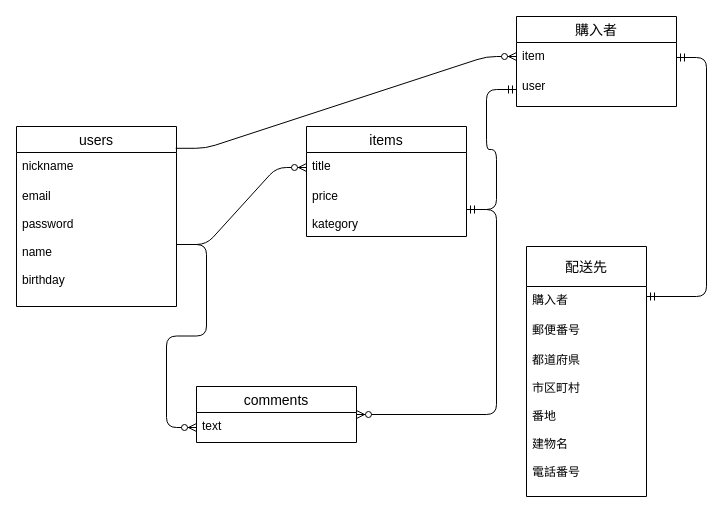
YUYA1995/furima-35146 keeps this draw.io diagram as furima.dio. Above is the earlier version. Source tidied: cells renumbered, new cells numbered last; positions are measured from the earlier drawing's top-left corner, leaving out a move shared by most shapes. Both pictures are drawn from the tidied source at 100%, with x=0, y=0 at pixel (16, 16).
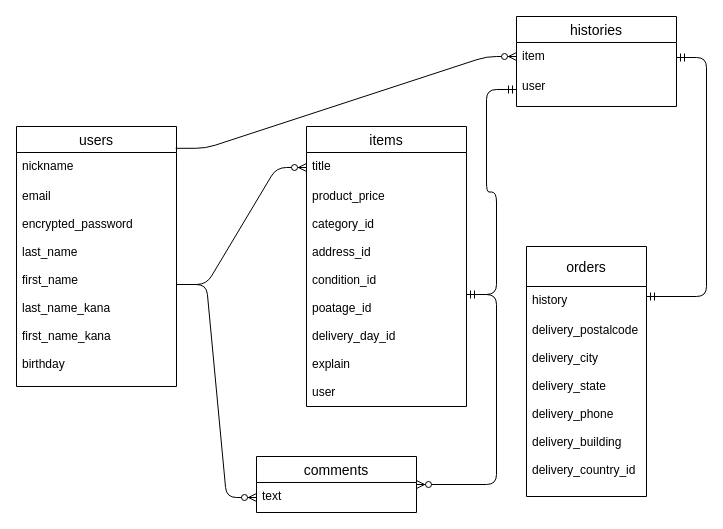
The same diagram, later.

Commit message (it also covers changes not shown here):
８回目のデータベース修正

Change to the diagram source:
```diff
@@
     <mxCell id="2" value="users" style="swimlane;fontStyle=0;horizontal=1;startSize=26;align=center;fontSize=14;" parent="1" vertex="1">
-      <mxGeometry y="110" width="160" height="180" as="geometry" />
+      <mxGeometry y="110" width="160" height="260" as="geometry" />
     </mxCell>
@@
-    <mxCell id="4" value="email&#10;&#10;password&#10;&#10;name&#10;&#10;birthday&#10;&#10;" style="text;strokeColor=none;fillColor=none;spacingLeft=4;spacingRight=4;overflow=hidden;points=[[0,0.5],[1,0.5]];portConstraint=eastwest;fontSize=12;" parent="2" vertex="1">
-      <mxGeometry y="56" width="160" height="124" as="geometry" />
+    <mxCell id="4" value="email&#10;&#10;encrypted_password&#10;&#10;last_name&#10;&#10;first_name&#10;&#10;last_name_kana&#10;&#10;first_name_kana&#10;&#10;birthday&#10;&#10;" style="text;strokeColor=none;fillColor=none;spacingLeft=4;spacingRight=4;overflow=hidden;points=[[0,0.5],[1,0.5]];portConstraint=eastwest;fontSize=12;" parent="2" vertex="1">
+      <mxGeometry y="56" width="160" height="204" as="geometry" />
     </mxCell>
     <mxCell id="5" value="items" style="swimlane;fontStyle=0;horizontal=1;startSize=26;align=center;fontSize=14;" parent="1" vertex="1">
-      <mxGeometry x="290" y="110" width="160" height="110" as="geometry" />
+      <mxGeometry x="290" y="110" width="160" height="280" as="geometry" />
     </mxCell>
@@
-    <mxCell id="7" value="price&#10;&#10;kategory&#10;&#10;" style="text;strokeColor=none;fillColor=none;spacingLeft=4;spacingRight=4;overflow=hidden;points=[[0,0.5],[1,0.5]];portConstraint=eastwest;fontSize=12;" parent="5" vertex="1">
-      <mxGeometry y="56" width="160" height="54" as="geometry" />
+    <mxCell id="7" value="product_price&#10;&#10;category_id&#10;&#10;address_id&#10;&#10;condition_id&#10;&#10;poatage_id&#10;&#10;delivery_day_id&#10;&#10;explain&#10;&#10;user&#10;" style="text;strokeColor=none;fillColor=none;spacingLeft=4;spacingRight=4;overflow=hidden;points=[[0,0.5],[1,0.5]];portConstraint=eastwest;fontSize=12;" parent="5" vertex="1">
+      <mxGeometry y="56" width="160" height="224" as="geometry" />
     </mxCell>
@@
     <mxCell id="9" value="comments" style="swimlane;fontStyle=0;horizontal=1;startSize=26;align=center;fontSize=14;" parent="1" vertex="1">
-      <mxGeometry x="180" y="370" width="160" height="56" as="geometry" />
+      <mxGeometry x="240" y="440" width="160" height="56" as="geometry" />
     </mxCell>
@@
-    <mxCell id="15" value="購入者" style="swimlane;fontStyle=0;horizontal=1;startSize=26;align=center;fontSize=14;" parent="1" vertex="1">
+    <mxCell id="15" value="histories" style="swimlane;fontStyle=0;horizontal=1;startSize=26;align=center;fontSize=14;" parent="1" vertex="1">
       <mxGeometry x="500" width="160" height="90" as="geometry" />
     </mxCell>
@@
-    <mxCell id="19" value="配送先" style="swimlane;fontStyle=0;horizontal=1;startSize=40;align=center;fontSize=14;" parent="1" vertex="1">
+    <mxCell id="19" value="orders" style="swimlane;fontStyle=0;horizontal=1;startSize=40;align=center;fontSize=14;" parent="1" vertex="1">
       <mxGeometry x="510" y="230" width="120" height="250" as="geometry" />
     </mxCell>
-    <mxCell id="20" value="購入者" style="text;strokeColor=none;fillColor=none;spacingLeft=4;spacingRight=4;overflow=hidden;fontSize=12;" parent="19" vertex="1">
+    <mxCell id="20" value="history" style="text;strokeColor=none;fillColor=none;spacingLeft=4;spacingRight=4;overflow=hidden;fontSize=12;" parent="19" vertex="1">
       <mxGeometry y="40" width="120" height="30" as="geometry" />
     </mxCell>
-    <mxCell id="21" value="郵便番号&#10;" style="text;strokeColor=none;fillColor=none;spacingLeft=4;spacingRight=4;overflow=hidden;fontSize=12;" parent="19" vertex="1">
-      <mxGeometry y="70" width="120" height="30" as="geometry" />
-    </mxCell>
-    <mxCell id="22" value="都道府県&#10;&#10;市区町村&#10;&#10;番地&#10;&#10;建物名&#10;&#10;電話番号&#10;&#10;" style="text;strokeColor=none;fillColor=none;spacingLeft=4;spacingRight=4;overflow=hidden;fontSize=12;" parent="19" vertex="1">
-      <mxGeometry y="100" width="120" height="150" as="geometry" />
+    <mxCell id="22" value="delivery_postalcode&#10;&#10;delivery_city&#10;&#10;delivery_state&#10;&#10;delivery_phone&#10;&#10;delivery_building&#10;&#10;delivery_country_id" style="text;strokeColor=none;fillColor=none;spacingLeft=4;spacingRight=4;overflow=hidden;fontSize=12;" parent="19" vertex="1">
+      <mxGeometry y="70" width="120" height="180" as="geometry" />
     </mxCell>
```
